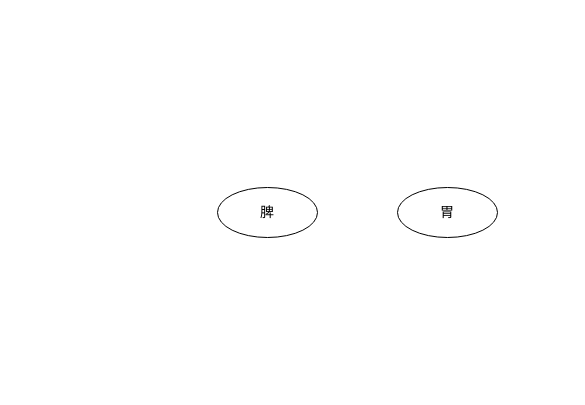
Before: 医门推敲叁/中医藏象学说/藏象学说之肝/肝的生理功能/002肝主疏泄-促进消化吸收.drawio in 328507133/chart, a draw.io diagram. Source tidied: cells renumbered, new cells numbered last; positions are measured from the earlier drawing's top-left corner, leaving out a move shared by most shapes. Both pictures are drawn from the tidied source at 100%, with x=0, y=0 at pixel (217, 187).
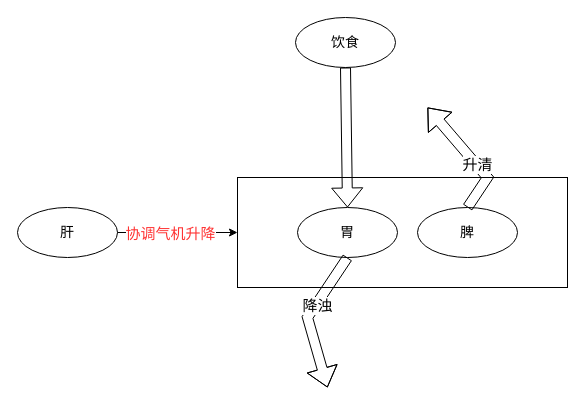
After the change.

Commit message (it also covers changes not shown here):
更新002肝主疏泄-促进消化吸收.drawio

Change to the diagram source:
```diff
@@
 <mxGraphModel>
   <root>
     <mxCell id="0" />
     <mxCell id="1" parent="0" />
+    <mxCell id="4" style="rounded=0;whiteSpace=wrap;html=1;" parent="1" vertex="1">
+      <mxGeometry x="20" y="-10" width="330" height="110" as="geometry" />
+    </mxCell>
     <mxCell id="2" value="脾" style="ellipse;whiteSpace=wrap;html=1;fontSize=14;" parent="1" vertex="1">
-      <mxGeometry width="100" height="50" as="geometry" />
+      <mxGeometry x="200" y="20" width="100" height="50" as="geometry" />
     </mxCell>
     <mxCell id="3" value="胃" style="ellipse;whiteSpace=wrap;html=1;fontSize=14;" parent="1" vertex="1">
-      <mxGeometry x="180" width="100" height="50" as="geometry" />
+      <mxGeometry x="80" y="20" width="100" height="50" as="geometry" />
     </mxCell>
+    <mxCell id="5" style="shape=flexArrow;endArrow=classic;html=1;rounded=0;exitX=0.5;exitY=0;exitDx=0;exitDy=0;" parent="1" edge="1" source="2">
+      <mxGeometry relative="1" as="geometry">
+        <mxPoint x="210" y="-80" as="targetPoint" />
+        <Array as="points">
+          <mxPoint x="270" y="-10" />
+        </Array>
+      </mxGeometry>
+    </mxCell>
+    <mxCell id="6" value="升清" style="edgeLabel;html=1;align=center;verticalAlign=middle;fontSize=15;" parent="5" vertex="1">
+      <mxGeometry x="-0.17" y="-1" relative="1" as="geometry" />
+    </mxCell>
+    <mxCell id="7" style="shape=flexArrow;endArrow=classic;html=1;rounded=0;exitX=0.5;exitY=1;exitDx=0;exitDy=0;" parent="1" edge="1" source="3">
+      <mxGeometry relative="1" as="geometry">
+        <mxPoint x="110" y="200" as="targetPoint" />
+        <Array as="points">
+          <mxPoint x="90" y="130" />
+        </Array>
+      </mxGeometry>
+    </mxCell>
+    <mxCell id="8" value="降浊" style="edgeLabel;html=1;align=center;verticalAlign=middle;fontSize=15;" parent="7" vertex="1">
+      <mxGeometry x="-0.21" y="1" relative="1" as="geometry" />
+    </mxCell>
+    <mxCell id="9" value="肝" style="ellipse;whiteSpace=wrap;html=1;fontSize=14;" parent="1" vertex="1">
+      <mxGeometry x="-200" y="20" width="100" height="50" as="geometry" />
+    </mxCell>
+    <mxCell id="10" value="饮食" style="ellipse;whiteSpace=wrap;html=1;fontSize=14;" parent="1" vertex="1">
+      <mxGeometry x="78" y="-170" width="100" height="50" as="geometry" />
+    </mxCell>
+    <mxCell id="11" style="shape=flexArrow;endArrow=classic;html=1;rounded=0;exitX=0.5;exitY=1;exitDx=0;exitDy=0;entryX=0.5;entryY=0;entryDx=0;entryDy=0;" parent="1" edge="1" source="10" target="3">
+      <mxGeometry relative="1" as="geometry" />
+    </mxCell>
+    <mxCell id="12" style="endArrow=classic;html=1;rounded=0;entryX=0;entryY=0.5;entryDx=0;entryDy=0;exitX=1;exitY=0.5;exitDx=0;exitDy=0;" parent="1" edge="1" source="9" target="4">
+      <mxGeometry relative="1" as="geometry" />
+    </mxCell>
+    <mxCell id="13" value="协调气机升降" style="edgeLabel;html=1;align=center;verticalAlign=middle;fontSize=15;fontColor=#FF3333;" parent="12" vertex="1">
+      <mxGeometry x="-0.14" relative="1" as="geometry" />
+    </mxCell>
   </root>
 </mxGraphModel>
```
